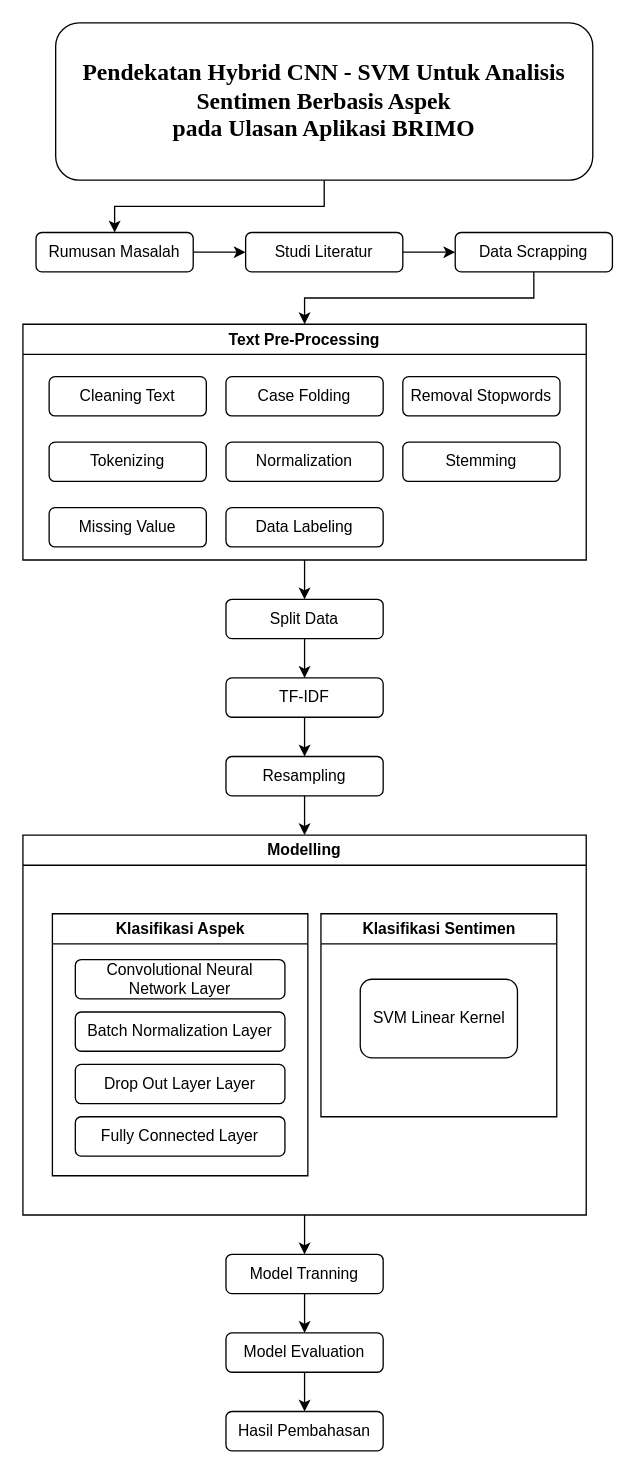
This is tugas-akhir/Metodologi-Penelitian.drawio from xoghub/diagrams, a draw.io file, before an edit. Source tidied: cells renumbered, new cells numbered last; positions are measured from the earlier drawing's top-left corner, leaving out a move shared by most shapes. Both pictures are drawn from the tidied source at 131%, with x=0, y=0 at pixel (22, 22).
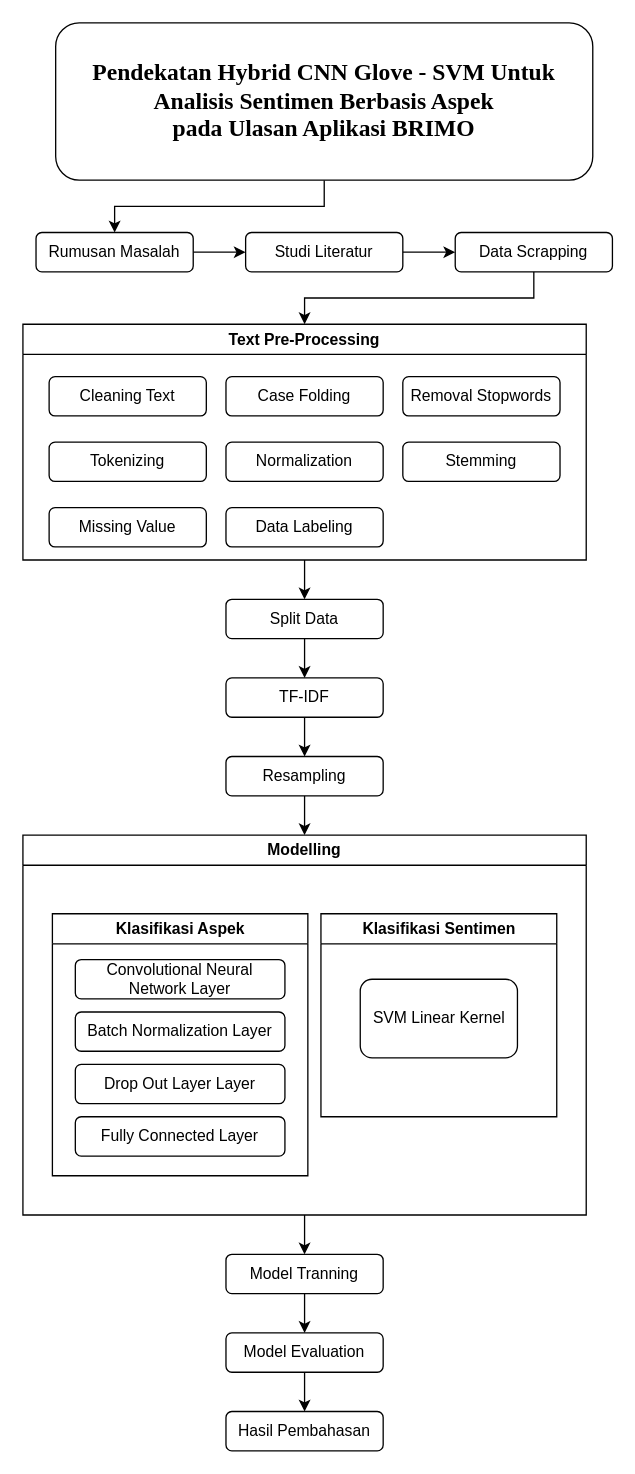
The same page after the edit.

Change to the diagram source:
```diff
@@
-    <mxCell id="4" value="&lt;span style=&quot;font-family: &amp;quot;Times New Roman&amp;quot;, serif;&quot;&gt;&lt;font style=&quot;font-size: 18px;&quot;&gt;&lt;b&gt;Pendekatan Hybrid CNN&amp;nbsp;- SVM Untuk Analisis Sentimen Berbasis Aspek&lt;br&gt;pada Ulasan Aplikasi BRIMO&lt;/b&gt;&lt;/font&gt;&lt;/span&gt;" style="rounded=1;whiteSpace=wrap;html=1;" parent="1" vertex="1">
+    <mxCell id="4" value="&lt;span style=&quot;font-family: &amp;quot;Times New Roman&amp;quot;, serif;&quot;&gt;&lt;font style=&quot;font-size: 18px;&quot;&gt;&lt;b&gt;Pendekatan Hybrid CNN Glove - SVM Untuk Analisis Sentimen Berbasis Aspek&lt;br&gt;pada Ulasan Aplikasi BRIMO&lt;/b&gt;&lt;/font&gt;&lt;/span&gt;" style="rounded=1;whiteSpace=wrap;html=1;" parent="1" vertex="1">
       <mxGeometry x="25" width="410" height="120" as="geometry" />
     </mxCell>
```
